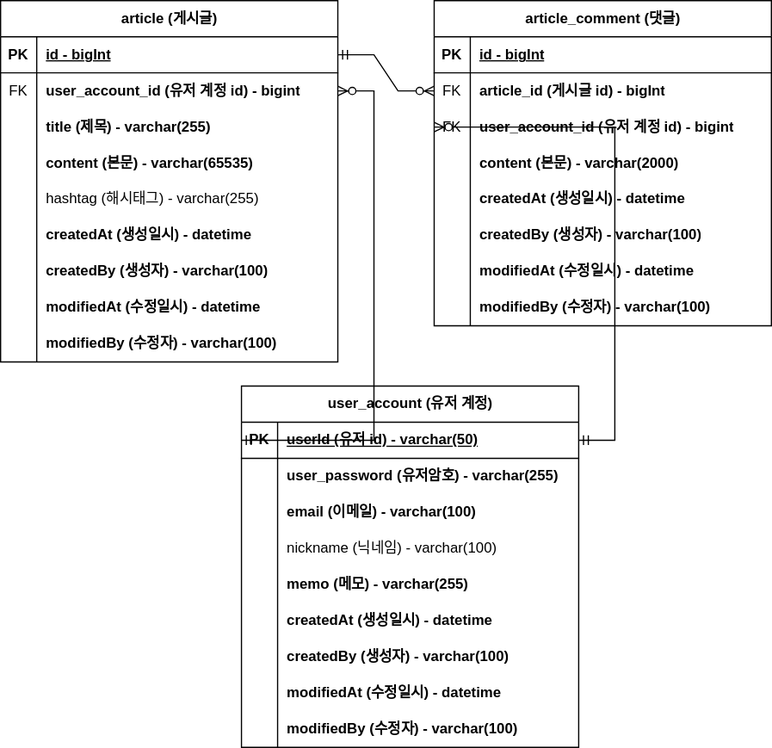
Earlier version of the draw.io export document/project-board-erd.svg (Jung-ji-hyeon/project-board). Source tidied: cells renumbered, new cells last; positions are measured from the earlier drawing's top-left corner, leaving out a move shared by most shapes.
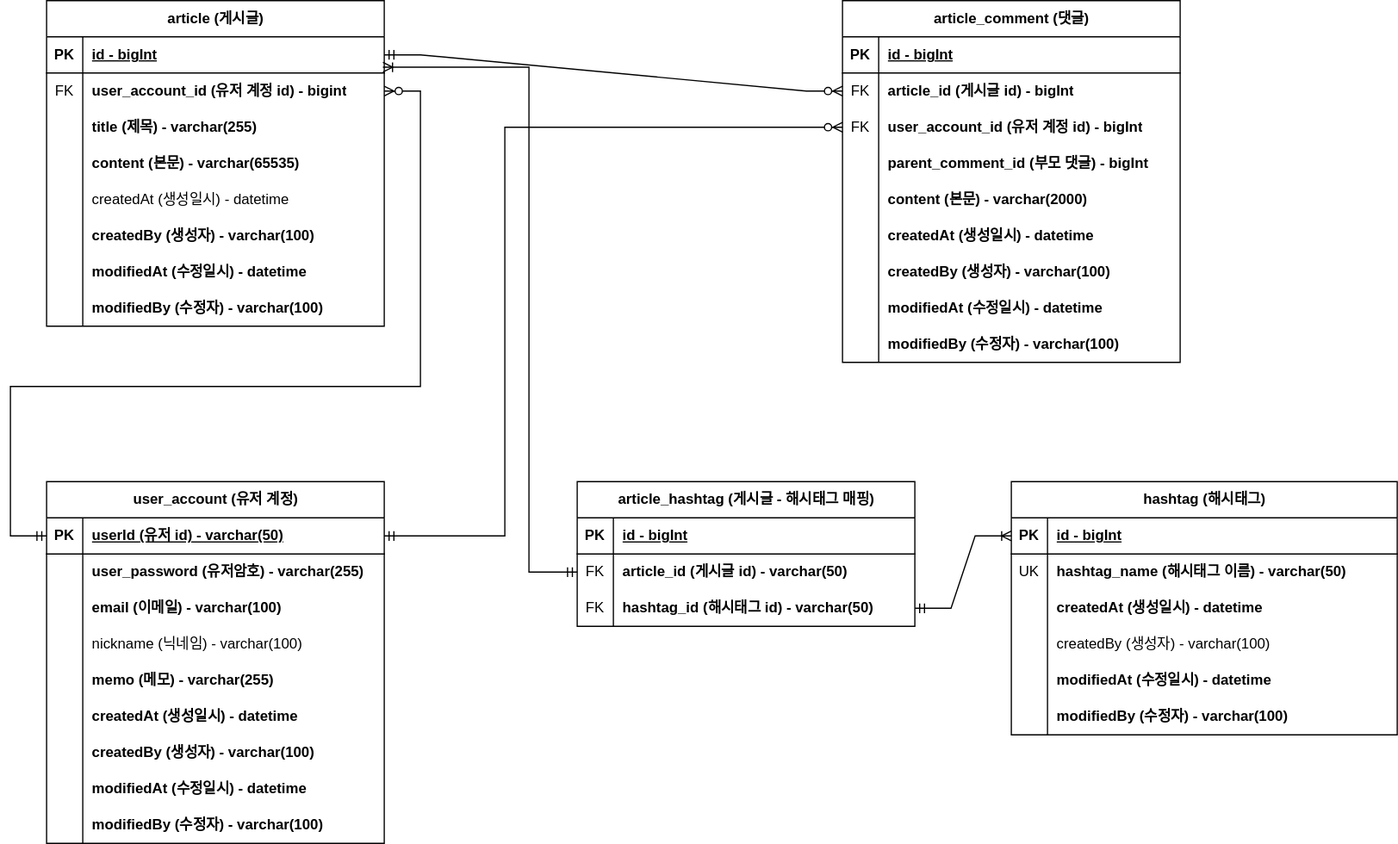
Later version of the same file.

Commit message:
#61 - project-board-erd.svg 업데이트: 대댓글, 해시태그

What changed in the source:
```diff
@@ -5,3 +5,3 @@
     <mxCell id="2" value="article (게시글)" style="shape=table;startSize=30;rowLines=0;fontStyle=1;align=center;html=1;" parent="1" vertex="1">
-      <mxGeometry width="280" height="300" as="geometry" />
+      <mxGeometry width="280" height="270" as="geometry" />
     </mxCell>
@@ -49,3 +49,3 @@
     </mxCell>
-    <mxCell id="17" value="hashtag (해시태그) - varchar(255)" style="shape=partialRectangle;fillColor=none;top=0;left=0;bottom=0;right=0;align=left;spacingLeft=6;overflow=hidden;whiteSpace=wrap;html=1;" parent="15" vertex="1">
+    <mxCell id="17" value="createdAt (생성일시) - datetime" style="shape=partialRectangle;fillColor=none;top=0;left=0;bottom=0;right=0;align=left;spacingLeft=6;overflow=hidden;whiteSpace=wrap;html=1;" parent="15" vertex="1">
       <mxGeometry x="30" width="250" height="30" as="geometry" />
@@ -58,3 +58,3 @@
     </mxCell>
-    <mxCell id="20" value="createdAt (생성일시) - datetime" style="shape=partialRectangle;fillColor=none;top=0;left=0;bottom=0;right=0;align=left;spacingLeft=6;overflow=hidden;whiteSpace=wrap;html=1;fontStyle=1;" parent="18" vertex="1">
+    <mxCell id="20" value="createdBy (생성자) - varchar(100)" style="shape=partialRectangle;fillColor=none;top=0;left=0;bottom=0;right=0;align=left;spacingLeft=6;overflow=hidden;whiteSpace=wrap;html=1;fontStyle=1;" parent="18" vertex="1">
       <mxGeometry x="30" width="250" height="30" as="geometry" />
@@ -67,3 +67,3 @@
     </mxCell>
-    <mxCell id="23" value="createdBy (생성자) - varchar(100)" style="shape=partialRectangle;fillColor=none;top=0;left=0;bottom=0;right=0;align=left;spacingLeft=6;overflow=hidden;whiteSpace=wrap;html=1;fontStyle=1;" parent="21" vertex="1">
+    <mxCell id="23" value="modifiedAt (수정일시) - datetime" style="shape=partialRectangle;fillColor=none;top=0;left=0;bottom=0;right=0;align=left;spacingLeft=6;overflow=hidden;whiteSpace=wrap;html=1;fontStyle=1;" parent="21" vertex="1">
       <mxGeometry x="30" width="250" height="30" as="geometry" />
@@ -76,16 +76,7 @@
     </mxCell>
-    <mxCell id="26" value="modifiedAt (수정일시) - datetime" style="shape=partialRectangle;fillColor=none;top=0;left=0;bottom=0;right=0;align=left;spacingLeft=6;overflow=hidden;whiteSpace=wrap;html=1;fontStyle=1;" parent="24" vertex="1">
+    <mxCell id="26" value="modifiedBy (수정자) - varchar(100)" style="shape=partialRectangle;fillColor=none;top=0;left=0;bottom=0;right=0;align=left;spacingLeft=6;overflow=hidden;whiteSpace=wrap;html=1;fontStyle=1;" parent="24" vertex="1">
       <mxGeometry x="30" width="250" height="30" as="geometry" />
     </mxCell>
-    <mxCell id="27" style="shape=tableRow;horizontal=0;startSize=0;swimlaneHead=0;swimlaneBody=0;fillColor=none;top=0;left=0;right=0;bottom=0;" parent="2" vertex="1">
-      <mxGeometry y="270" width="280" height="30" as="geometry" />
-    </mxCell>
-    <mxCell id="28" style="shape=partialRectangle;fillColor=none;top=0;left=0;bottom=0;right=0;overflow=hidden;whiteSpace=wrap;html=1;" parent="27" vertex="1">
-      <mxGeometry width="30" height="30" as="geometry" />
-    </mxCell>
-    <mxCell id="29" value="modifiedBy (수정자) - varchar(100)" style="shape=partialRectangle;fillColor=none;top=0;left=0;bottom=0;right=0;align=left;spacingLeft=6;overflow=hidden;whiteSpace=wrap;html=1;fontStyle=1;" parent="27" vertex="1">
-      <mxGeometry x="30" width="250" height="30" as="geometry" />
-    </mxCell>
     <mxCell id="30" value="article_comment (댓글)" style="shape=table;startSize=30;rowLines=0;fontStyle=1;align=center;html=1;" parent="1" vertex="1">
-      <mxGeometry x="360" width="280" height="270" as="geometry" />
+      <mxGeometry x="660" width="280" height="300" as="geometry" />
     </mxCell>
@@ -115,3 +106,3 @@
     </mxCell>
-    <mxCell id="39" value="user_account_id (유저 계정 id) - bigint" style="shape=partialRectangle;fillColor=none;top=0;left=0;bottom=0;right=0;align=left;spacingLeft=6;overflow=hidden;whiteSpace=wrap;html=1;fontStyle=1;" parent="37" vertex="1">
+    <mxCell id="39" value="user_account_id (유저 계정 id) - bigInt" style="shape=partialRectangle;fillColor=none;top=0;left=0;bottom=0;right=0;align=left;spacingLeft=6;overflow=hidden;whiteSpace=wrap;html=1;fontStyle=1;" parent="37" vertex="1">
       <mxGeometry x="30" width="250" height="30" as="geometry" />
@@ -124,3 +115,3 @@
     </mxCell>
-    <mxCell id="42" value="content (본문) - varchar(2000)" style="shape=partialRectangle;fillColor=none;top=0;left=0;bottom=0;right=0;align=left;spacingLeft=6;overflow=hidden;whiteSpace=wrap;html=1;fontStyle=1;" parent="40" vertex="1">
+    <mxCell id="42" value="parent_comment_id (부모 댓글) - bigInt" style="shape=partialRectangle;fillColor=none;top=0;left=0;bottom=0;right=0;align=left;spacingLeft=6;overflow=hidden;whiteSpace=wrap;html=1;fontStyle=1;" parent="40" vertex="1">
       <mxGeometry x="30" width="250" height="30" as="geometry" />
@@ -133,3 +124,3 @@
     </mxCell>
-    <mxCell id="45" value="createdAt (생성일시) - datetime" style="shape=partialRectangle;fillColor=none;top=0;left=0;bottom=0;right=0;align=left;spacingLeft=6;overflow=hidden;whiteSpace=wrap;html=1;fontStyle=1;" parent="43" vertex="1">
+    <mxCell id="45" value="content (본문) - varchar(2000)" style="shape=partialRectangle;fillColor=none;top=0;left=0;bottom=0;right=0;align=left;spacingLeft=6;overflow=hidden;whiteSpace=wrap;html=1;fontStyle=1;" parent="43" vertex="1">
       <mxGeometry x="30" width="250" height="30" as="geometry" />
@@ -142,3 +133,3 @@
     </mxCell>
-    <mxCell id="48" value="createdBy (생성자) - varchar(100)" style="shape=partialRectangle;fillColor=none;top=0;left=0;bottom=0;right=0;align=left;spacingLeft=6;overflow=hidden;whiteSpace=wrap;html=1;fontStyle=1;" parent="46" vertex="1">
+    <mxCell id="48" value="createdAt (생성일시) - datetime" style="shape=partialRectangle;fillColor=none;top=0;left=0;bottom=0;right=0;align=left;spacingLeft=6;overflow=hidden;whiteSpace=wrap;html=1;fontStyle=1;" parent="46" vertex="1">
       <mxGeometry x="30" width="250" height="30" as="geometry" />
@@ -151,3 +142,3 @@
     </mxCell>
-    <mxCell id="51" value="modifiedAt (수정일시) - datetime" style="shape=partialRectangle;fillColor=none;top=0;left=0;bottom=0;right=0;align=left;spacingLeft=6;overflow=hidden;whiteSpace=wrap;html=1;fontStyle=1;" parent="49" vertex="1">
+    <mxCell id="51" value="createdBy (생성자) - varchar(100)" style="shape=partialRectangle;fillColor=none;top=0;left=0;bottom=0;right=0;align=left;spacingLeft=6;overflow=hidden;whiteSpace=wrap;html=1;fontStyle=1;" parent="49" vertex="1">
       <mxGeometry x="30" width="250" height="30" as="geometry" />
@@ -160,5 +151,14 @@
     </mxCell>
-    <mxCell id="54" value="modifiedBy (수정자) - varchar(100)" style="shape=partialRectangle;fillColor=none;top=0;left=0;bottom=0;right=0;align=left;spacingLeft=6;overflow=hidden;whiteSpace=wrap;html=1;fontStyle=1;" parent="52" vertex="1">
+    <mxCell id="54" value="modifiedAt (수정일시) - datetime" style="shape=partialRectangle;fillColor=none;top=0;left=0;bottom=0;right=0;align=left;spacingLeft=6;overflow=hidden;whiteSpace=wrap;html=1;fontStyle=1;" parent="52" vertex="1">
       <mxGeometry x="30" width="250" height="30" as="geometry" />
     </mxCell>
+    <mxCell id="27" style="shape=tableRow;horizontal=0;startSize=0;swimlaneHead=0;swimlaneBody=0;fillColor=none;top=0;left=0;right=0;bottom=0;" parent="30" vertex="1">
+      <mxGeometry y="270" width="280" height="30" as="geometry" />
+    </mxCell>
+    <mxCell id="86" style="shape=partialRectangle;fillColor=none;top=0;left=0;bottom=0;right=0;overflow=hidden;whiteSpace=wrap;html=1;" parent="27" vertex="1">
+      <mxGeometry width="30" height="30" as="geometry" />
+    </mxCell>
+    <mxCell id="29" value="modifiedBy (수정자) - varchar(100)" style="shape=partialRectangle;fillColor=none;top=0;left=0;bottom=0;right=0;align=left;spacingLeft=6;overflow=hidden;whiteSpace=wrap;html=1;fontStyle=1;" parent="27" vertex="1">
+      <mxGeometry x="30" width="250" height="30" as="geometry" />
+    </mxCell>
     <mxCell id="55" style="edgeStyle=entityRelationEdgeStyle;fontSize=12;html=1;endArrow=ERzeroToMany;startArrow=ERmandOne;rounded=0;exitX=1;exitY=0.5;exitDx=0;exitDy=0;entryX=0;entryY=0.5;entryDx=0;entryDy=0;" parent="1" edge="1" source="3" target="34">
@@ -167,3 +167,3 @@
     <mxCell id="56" value="user_account (유저 계정)" style="shape=table;startSize=30;rowLines=0;fontStyle=1;align=center;html=1;" parent="1" vertex="1">
-      <mxGeometry x="200" y="320" width="280" height="300" as="geometry" />
+      <mxGeometry y="399" width="280" height="300" as="geometry" />
     </mxCell>
@@ -250,6 +250,9 @@
     </mxCell>
-    <mxCell id="84" style="edgeStyle=entityRelationEdgeStyle;fontSize=12;html=1;endArrow=ERzeroToMany;startArrow=ERmandOne;rounded=0;exitX=0;exitY=0.5;exitDx=0;exitDy=0;" parent="1" edge="1" source="57" target="6">
+    <mxCell id="84" style="edgeStyle=orthogonalEdgeStyle;fontSize=12;html=1;endArrow=ERzeroToMany;startArrow=ERmandOne;rounded=0;exitX=0;exitY=0.5;exitDx=0;exitDy=0;" parent="1" edge="1" source="57" target="6">
       <mxGeometry relative="1" as="geometry">
         <Array as="points">
-          <mxPoint x="220" y="230" />
+          <mxPoint x="-30" y="444" />
+          <mxPoint x="-30" y="320" />
+          <mxPoint x="310" y="320" />
+          <mxPoint x="310" y="75" />
         </Array>
@@ -257,7 +260,7 @@
     </mxCell>
-    <mxCell id="85" style="edgeStyle=entityRelationEdgeStyle;fontSize=12;html=1;endArrow=ERzeroToMany;startArrow=ERmandOne;rounded=0;entryX=0;entryY=0.5;entryDx=0;entryDy=0;" parent="1" edge="1" target="37">
+    <mxCell id="85" style="edgeStyle=orthogonalEdgeStyle;fontSize=12;html=1;endArrow=ERzeroToMany;startArrow=ERmandOne;rounded=0;entryX=0;entryY=0.5;entryDx=0;entryDy=0;exitX=1;exitY=0.5;exitDx=0;exitDy=0;" parent="1" edge="1" source="57" target="37">
       <mxGeometry relative="1" as="geometry">
-        <mxPoint x="480" y="365" as="sourcePoint" />
         <Array as="points">
-          <mxPoint x="230" y="240" />
+          <mxPoint x="380" y="444" />
+          <mxPoint x="380" y="105" />
         </Array>
@@ -265,2 +268,100 @@
     </mxCell>
+    <mxCell id="87" value="article_hashtag (게시글 - 해시태그 매핑)" style="shape=table;startSize=30;rowLines=0;fontStyle=1;align=center;html=1;" parent="1" vertex="1">
+      <mxGeometry x="440" y="399" width="280" height="120" as="geometry" />
+    </mxCell>
+    <mxCell id="88" style="shape=tableRow;horizontal=0;startSize=0;swimlaneHead=0;swimlaneBody=0;fillColor=none;top=0;left=0;right=0;bottom=1;" parent="87" vertex="1">
+      <mxGeometry y="30" width="280" height="30" as="geometry" />
+    </mxCell>
+    <mxCell id="89" value="PK" style="shape=partialRectangle;fillColor=none;top=0;left=0;bottom=0;right=0;fontStyle=1;overflow=hidden;whiteSpace=wrap;html=1;" parent="88" vertex="1">
+      <mxGeometry width="30" height="30" as="geometry" />
+    </mxCell>
+    <mxCell id="90" value="id - bigInt" style="shape=partialRectangle;fillColor=none;top=0;left=0;bottom=0;right=0;align=left;spacingLeft=6;fontStyle=5;overflow=hidden;whiteSpace=wrap;html=1;" parent="88" vertex="1">
+      <mxGeometry x="30" width="250" height="30" as="geometry" />
+    </mxCell>
+    <mxCell id="91" style="shape=tableRow;horizontal=0;startSize=0;swimlaneHead=0;swimlaneBody=0;fillColor=none;points=[[0,0.5],[1,0.5]];portConstraint=eastwest;top=0;left=0;right=0;bottom=0;" parent="87" vertex="1">
+      <mxGeometry y="60" width="280" height="30" as="geometry" />
+    </mxCell>
+    <mxCell id="92" value="FK" style="shape=partialRectangle;fillColor=none;top=0;left=0;bottom=0;right=0;overflow=hidden;whiteSpace=wrap;html=1;" parent="91" vertex="1">
+      <mxGeometry width="30" height="30" as="geometry" />
+    </mxCell>
+    <mxCell id="93" value="article_id (게시글 id) - varchar(50)" style="shape=partialRectangle;fillColor=none;top=0;left=0;bottom=0;right=0;align=left;spacingLeft=6;overflow=hidden;whiteSpace=wrap;html=1;fontStyle=1;" parent="91" vertex="1">
+      <mxGeometry x="30" width="250" height="30" as="geometry" />
+    </mxCell>
+    <mxCell id="94" style="shape=tableRow;horizontal=0;startSize=0;swimlaneHead=0;swimlaneBody=0;fillColor=none;points=[[0,0.5],[1,0.5]];portConstraint=eastwest;top=0;left=0;right=0;bottom=0;" parent="87" vertex="1">
+      <mxGeometry y="90" width="280" height="30" as="geometry" />
+    </mxCell>
+    <mxCell id="95" value="FK" style="shape=partialRectangle;fillColor=none;top=0;left=0;bottom=0;right=0;overflow=hidden;whiteSpace=wrap;html=1;" parent="94" vertex="1">
+      <mxGeometry width="30" height="30" as="geometry" />
+    </mxCell>
+    <mxCell id="96" value="hashtag_id (해시태그 id) - varchar(50)" style="shape=partialRectangle;fillColor=none;top=0;left=0;bottom=0;right=0;align=left;spacingLeft=6;overflow=hidden;whiteSpace=wrap;html=1;fontStyle=1;" parent="94" vertex="1">
+      <mxGeometry x="30" width="250" height="30" as="geometry" />
+    </mxCell>
+    <mxCell id="97" style="edgeStyle=orthogonalEdgeStyle;fontSize=12;html=1;endArrow=ERoneToMany;startArrow=ERmandOne;rounded=0;exitX=0;exitY=0.5;exitDx=0;exitDy=0;entryX=0.996;entryY=0.842;entryDx=0;entryDy=0;entryPerimeter=0;" parent="1" edge="1" source="91" target="3">
+      <mxGeometry relative="1" as="geometry">
+        <Array as="points">
+          <mxPoint x="400" y="474" />
+          <mxPoint x="400" y="55" />
+        </Array>
+      </mxGeometry>
+    </mxCell>
+    <mxCell id="98" value="hashtag (해시태그)" style="shape=table;startSize=30;rowLines=0;fontStyle=1;align=center;html=1;" parent="1" vertex="1">
+      <mxGeometry x="800" y="399" width="320" height="210" as="geometry" />
+    </mxCell>
+    <mxCell id="99" style="shape=tableRow;horizontal=0;startSize=0;swimlaneHead=0;swimlaneBody=0;fillColor=none;points=[[0,0.5],[1,0.5]];portConstraint=eastwest;top=0;left=0;right=0;bottom=1;" parent="98" vertex="1">
+      <mxGeometry y="30" width="320" height="30" as="geometry" />
+    </mxCell>
+    <mxCell id="100" value="PK" style="shape=partialRectangle;fillColor=none;top=0;left=0;bottom=0;right=0;fontStyle=1;overflow=hidden;whiteSpace=wrap;html=1;" parent="99" vertex="1">
+      <mxGeometry width="30" height="30" as="geometry" />
+    </mxCell>
+    <mxCell id="101" value="id - bigInt" style="shape=partialRectangle;fillColor=none;top=0;left=0;bottom=0;right=0;align=left;spacingLeft=6;fontStyle=5;overflow=hidden;whiteSpace=wrap;html=1;" parent="99" vertex="1">
+      <mxGeometry x="30" width="290" height="30" as="geometry" />
+    </mxCell>
+    <mxCell id="102" style="shape=tableRow;horizontal=0;startSize=0;swimlaneHead=0;swimlaneBody=0;fillColor=none;top=0;left=0;right=0;bottom=0;" parent="98" vertex="1">
+      <mxGeometry y="60" width="320" height="30" as="geometry" />
+    </mxCell>
+    <mxCell id="103" value="UK" style="shape=partialRectangle;fillColor=none;top=0;left=0;bottom=0;right=0;overflow=hidden;whiteSpace=wrap;html=1;" parent="102" vertex="1">
+      <mxGeometry width="30" height="30" as="geometry" />
+    </mxCell>
+    <mxCell id="104" value="hashtag_name (해시태그 이름) - varchar(50)" style="shape=partialRectangle;fillColor=none;top=0;left=0;bottom=0;right=0;align=left;spacingLeft=6;overflow=hidden;whiteSpace=wrap;html=1;fontStyle=1;" parent="102" vertex="1">
+      <mxGeometry x="30" width="290" height="30" as="geometry" />
+    </mxCell>
+    <mxCell id="105" style="shape=tableRow;horizontal=0;startSize=0;swimlaneHead=0;swimlaneBody=0;fillColor=none;top=0;left=0;right=0;bottom=0;" parent="98" vertex="1">
+      <mxGeometry y="90" width="320" height="30" as="geometry" />
+    </mxCell>
+    <mxCell id="106" style="shape=partialRectangle;fillColor=none;top=0;left=0;bottom=0;right=0;overflow=hidden;whiteSpace=wrap;html=1;" parent="105" vertex="1">
+      <mxGeometry width="30" height="30" as="geometry" />
+    </mxCell>
+    <mxCell id="107" value="createdAt (생성일시) - datetime" style="shape=partialRectangle;fillColor=none;top=0;left=0;bottom=0;right=0;align=left;spacingLeft=6;overflow=hidden;whiteSpace=wrap;html=1;fontStyle=1;" parent="105" vertex="1">
+      <mxGeometry x="30" width="290" height="30" as="geometry" />
+    </mxCell>
+    <mxCell id="108" style="shape=tableRow;horizontal=0;startSize=0;swimlaneHead=0;swimlaneBody=0;fillColor=none;top=0;left=0;right=0;bottom=0;" parent="98" vertex="1">
+      <mxGeometry y="120" width="320" height="30" as="geometry" />
+    </mxCell>
+    <mxCell id="109" style="shape=partialRectangle;fillColor=none;top=0;left=0;bottom=0;right=0;overflow=hidden;whiteSpace=wrap;html=1;" parent="108" vertex="1">
+      <mxGeometry width="30" height="30" as="geometry" />
+    </mxCell>
+    <mxCell id="110" value="createdBy (생성자) - varchar(100)" style="shape=partialRectangle;fillColor=none;top=0;left=0;bottom=0;right=0;align=left;spacingLeft=6;overflow=hidden;whiteSpace=wrap;html=1;" parent="108" vertex="1">
+      <mxGeometry x="30" width="290" height="30" as="geometry" />
+    </mxCell>
+    <mxCell id="111" style="shape=tableRow;horizontal=0;startSize=0;swimlaneHead=0;swimlaneBody=0;fillColor=none;top=0;left=0;right=0;bottom=0;" parent="98" vertex="1">
+      <mxGeometry y="150" width="320" height="30" as="geometry" />
+    </mxCell>
+    <mxCell id="112" style="shape=partialRectangle;fillColor=none;top=0;left=0;bottom=0;right=0;overflow=hidden;whiteSpace=wrap;html=1;" parent="111" vertex="1">
+      <mxGeometry width="30" height="30" as="geometry" />
+    </mxCell>
+    <mxCell id="113" value="modifiedAt (수정일시) - datetime" style="shape=partialRectangle;fillColor=none;top=0;left=0;bottom=0;right=0;align=left;spacingLeft=6;overflow=hidden;whiteSpace=wrap;html=1;fontStyle=1;" parent="111" vertex="1">
+      <mxGeometry x="30" width="290" height="30" as="geometry" />
+    </mxCell>
+    <mxCell id="114" style="shape=tableRow;horizontal=0;startSize=0;swimlaneHead=0;swimlaneBody=0;fillColor=none;top=0;left=0;right=0;bottom=0;" parent="98" vertex="1">
+      <mxGeometry y="180" width="320" height="30" as="geometry" />
+    </mxCell>
+    <mxCell id="115" style="shape=partialRectangle;fillColor=none;top=0;left=0;bottom=0;right=0;overflow=hidden;whiteSpace=wrap;html=1;" parent="114" vertex="1">
+      <mxGeometry width="30" height="30" as="geometry" />
+    </mxCell>
+    <mxCell id="116" value="modifiedBy (수정자) - varchar(100)" style="shape=partialRectangle;fillColor=none;top=0;left=0;bottom=0;right=0;align=left;spacingLeft=6;overflow=hidden;whiteSpace=wrap;html=1;fontStyle=1;" parent="114" vertex="1">
+      <mxGeometry x="30" width="290" height="30" as="geometry" />
+    </mxCell>
+    <mxCell id="117" style="edgeStyle=entityRelationEdgeStyle;fontSize=12;html=1;endArrow=ERoneToMany;startArrow=ERmandOne;rounded=0;exitX=1;exitY=0.5;exitDx=0;exitDy=0;entryX=0;entryY=0.5;entryDx=0;entryDy=0;" parent="1" edge="1" source="94" target="99">
+      <mxGeometry relative="1" as="geometry" />
+    </mxCell>
   </root>
```
